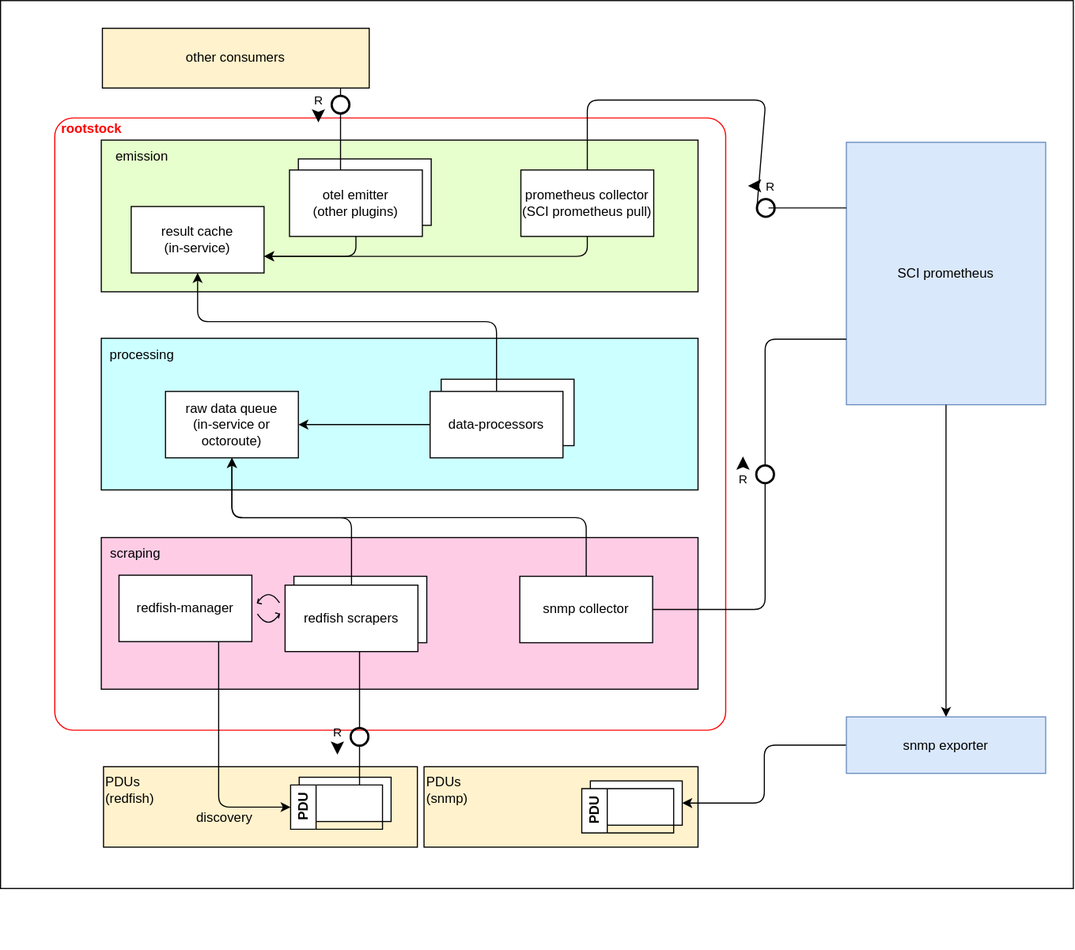
The draw.io diagram docs/design/package_architecture.svg in cloudoperators/rootstock, before a commit. Source tidied: cells renumbered, new cells last; positions are measured from the earlier drawing's top-left corner, leaving out a move shared by most shapes.
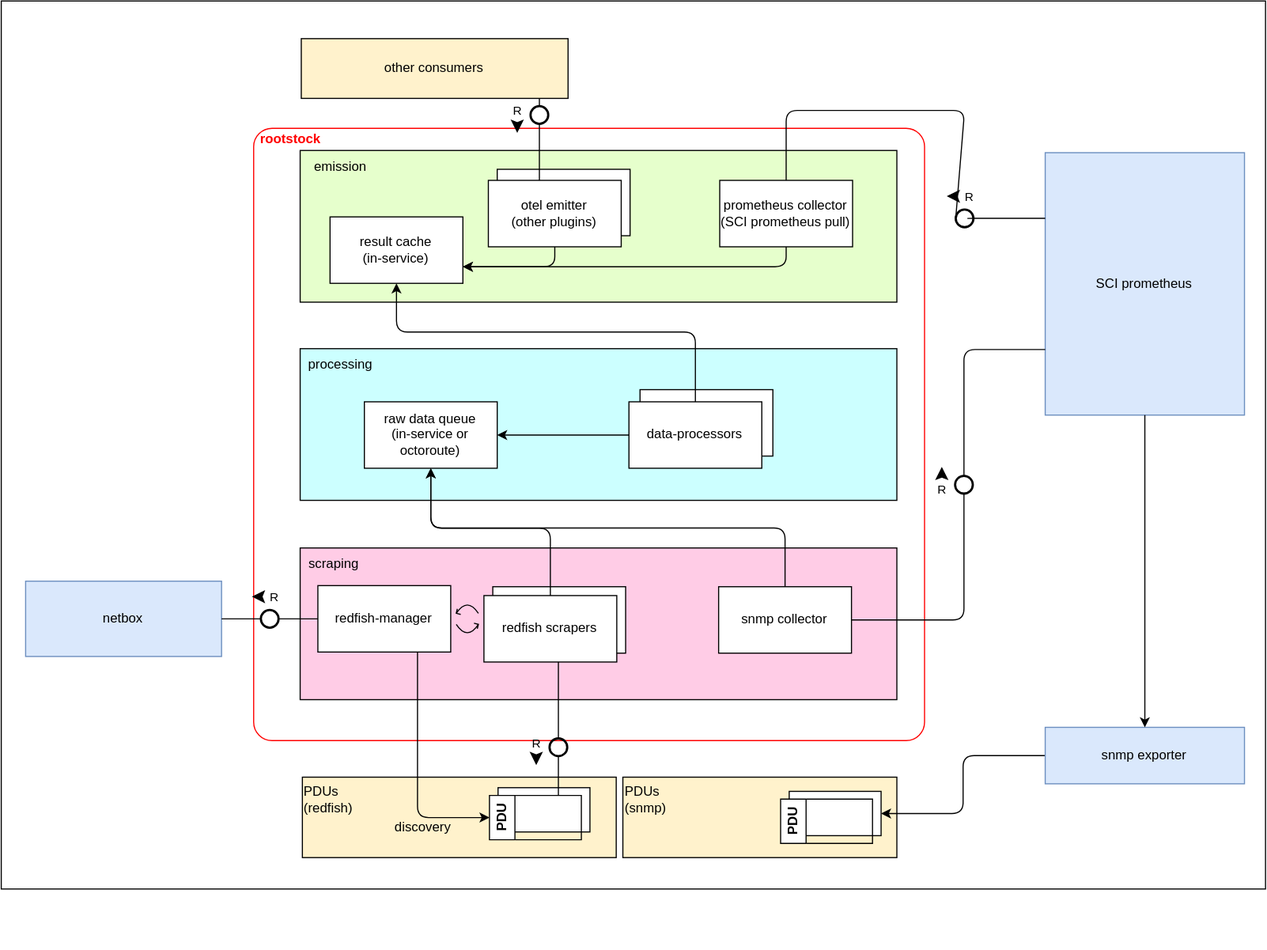
Later version of the same file.

What changed in the source:
```diff
@@ -3,10 +3,10 @@
     <mxCell id="0" />
     <mxCell id="1" parent="0" />
     <mxCell id="2" value="Best viewed with the &lt;a href=&quot;https://github.com/ariel-bentu/tam-drawio&quot;&gt;TAM plugin&lt;/a&gt;" style="text;html=1;shape=tamPluginMissing;" parent="1" vertex="1">
-      <mxGeometry x="565" y="832" width="200" height="25" as="geometry" />
+      <mxGeometry x="292" y="823" width="200" height="25" as="geometry" />
     </mxCell>
     <mxCell id="3" style="rounded=0;whiteSpace=wrap;html=1;" parent="1" vertex="1">
-      <mxGeometry width="969" height="802" as="geometry" />
+      <mxGeometry x="-179" y="-9" width="1142" height="802" as="geometry" />
     </mxCell>
     <mxCell id="4" style="rounded=1;whiteSpace=wrap;html=1;arcSize=3;fillColor=none;strokeColor=#FF0000;" parent="1" vertex="1">
       <mxGeometry x="49" y="106" width="606" height="553" as="geometry" />
@@ -203,5 +203,11 @@
     <mxCell id="58" style="shape=useedge;vertical=true;edgeStyle=none;endArrow=none;useSignPosition=left;useSignDirection=south;entryX=0.5;entryY=1;entryDx=0;entryDy=0;exitX=0.75;exitY=0;exitDx=0;exitDy=0;dx=12;dy=77;" parent="1" edge="1" source="48" target="26">
       <mxGeometry relative="1" as="geometry" />
     </mxCell>
+    <mxCell id="59" value="netbox" style="rounded=0;whiteSpace=wrap;html=1;fillColor=#dae8fc;strokeColor=#6c8ebf;" parent="1" vertex="1">
+      <mxGeometry x="-157" y="515" width="177" height="68" as="geometry" />
+    </mxCell>
+    <mxCell id="60" style="shape=useedge;endArrow=none;edgeStyle=none;useSignPosition=up;useSignDirection=east;entryX=1;entryY=0.5;entryDx=0;entryDy=0;exitX=0;exitY=0.5;exitDx=0;exitDy=0;" parent="1" edge="1" source="23" target="59">
+      <mxGeometry relative="1" as="geometry" />
+    </mxCell>
   </root>
 </mxGraphModel>
```
